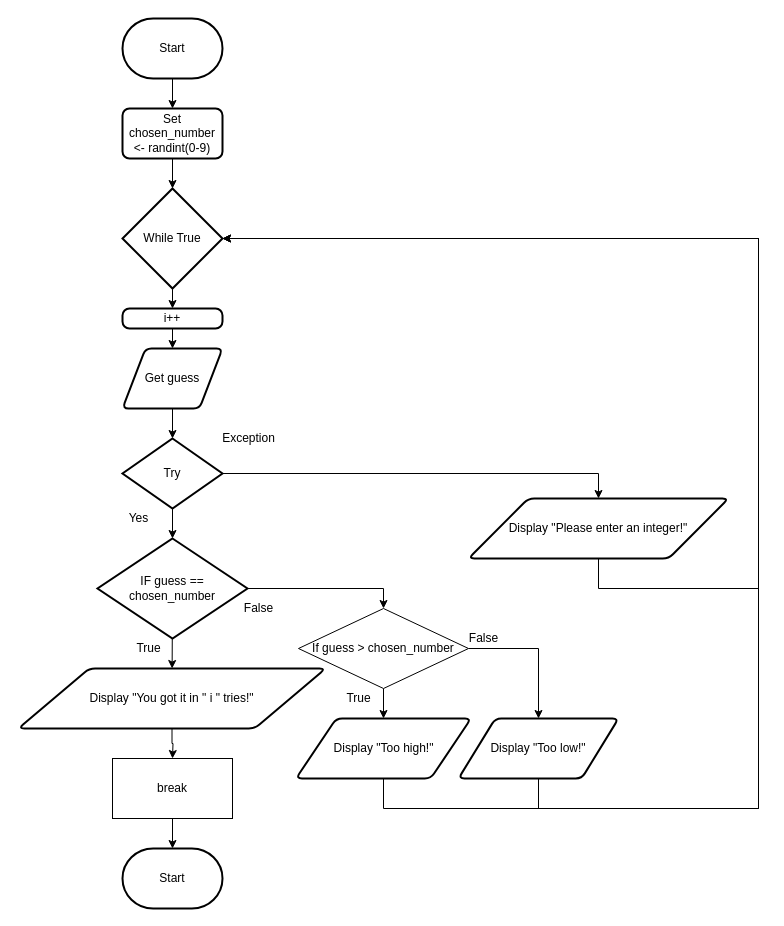
Earlier version of the draw.io diagram page "Flowchart" (1 of 2) of design.drawio (Samuel-Webster-178/ICS3U-Unit4-Unit4-04-Python). Source tidied: cells renumbered, new cells numbered last; positions are measured from the earlier drawing's top-left corner, leaving out a move shared by most shapes. Both pictures are drawn from the tidied source at 100%, with x=0, y=0 at pixel (18, 18).
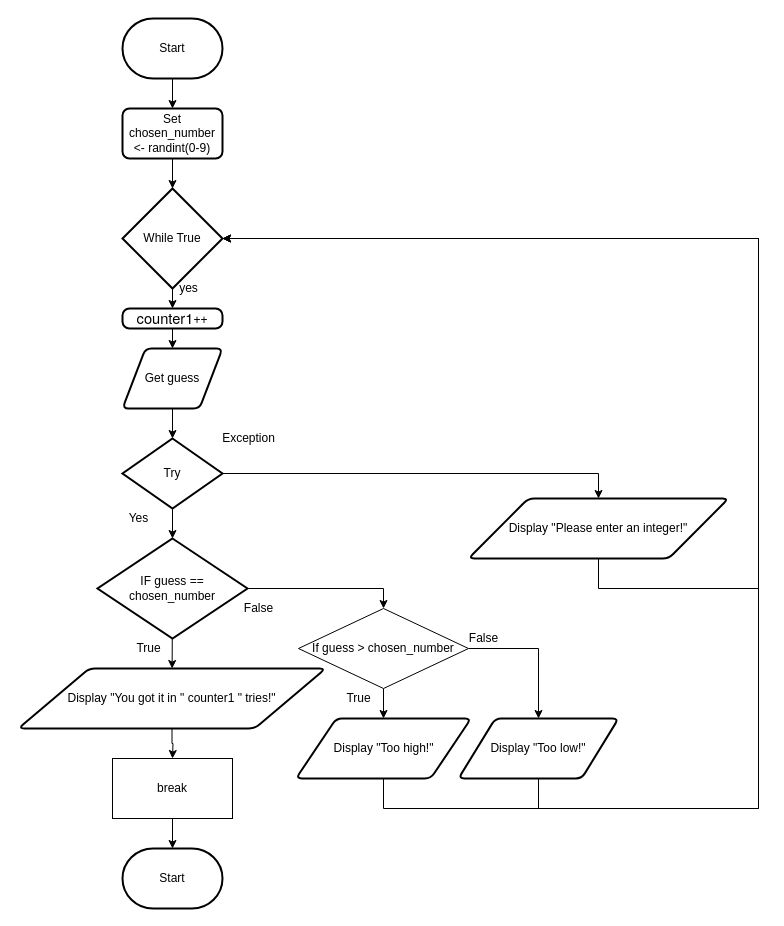
Above is the later version.

Change to the diagram source:
```diff
@@
-    <mxCell id="5" value="Display &quot;You got it in &quot; i &quot; tries!&quot;" style="shape=parallelogram;html=1;strokeWidth=2;perimeter=parallelogramPerimeter;whiteSpace=wrap;rounded=1;arcSize=12;size=0.23;" parent="1" vertex="1">
+    <mxCell id="5" value="Display &quot;You got it in &quot;&amp;nbsp;counter1 &quot; tries!&quot;" style="shape=parallelogram;html=1;strokeWidth=2;perimeter=parallelogramPerimeter;whiteSpace=wrap;rounded=1;arcSize=12;size=0.23;" parent="1" vertex="1">
       <mxGeometry y="650" width="307" height="60" as="geometry" />
     </mxCell>
@@
-    <mxCell id="38" value="i++" style="rounded=1;whiteSpace=wrap;html=1;absoluteArcSize=1;arcSize=14;strokeWidth=2;" parent="1" vertex="1">
+    <mxCell id="38" value="&lt;span id=&quot;docs-internal-guid-350341c3-7fff-478d-0472-220e2ea854f9&quot;&gt;&lt;span style=&quot;font-size: 11pt ; font-family: &amp;#34;helvetica neue&amp;#34; , sans-serif ; background-color: transparent ; vertical-align: baseline&quot;&gt;counter1&lt;/span&gt;&lt;/span&gt;++" style="rounded=1;whiteSpace=wrap;html=1;absoluteArcSize=1;arcSize=14;strokeWidth=2;" parent="1" vertex="1">
       <mxGeometry x="104" y="290" width="100" height="20" as="geometry" />
     </mxCell>
+    <mxCell id="39" value="yes" style="text;html=1;align=center;verticalAlign=middle;strokeColor=none;fillColor=none;" parent="1" vertex="1">
+      <mxGeometry x="155" y="260" width="30" height="20" as="geometry" />
+    </mxCell>
```
